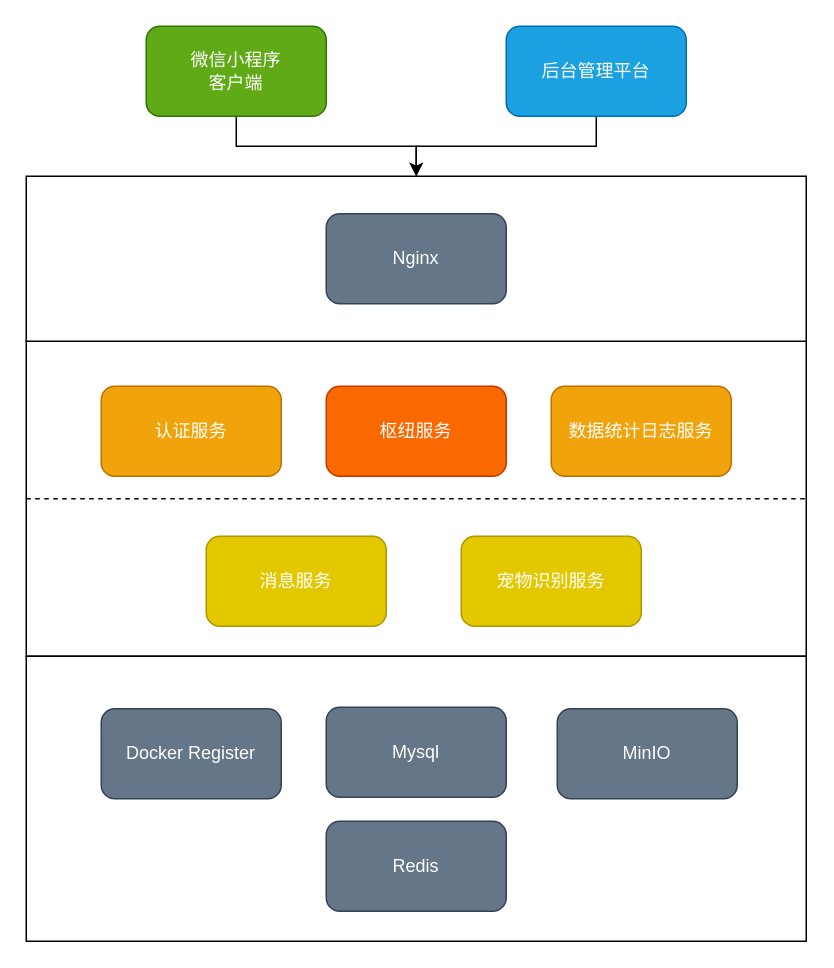
WumaCoder/aidoggo keeps this draw.io diagram as doc/drawio/架构设计.drawio. Above is the earlier version. Source tidied: cells renumbered, new cells numbered last; positions are measured from the earlier drawing's top-left corner, leaving out a move shared by most shapes. Both pictures are drawn from the tidied source at 150%, with x=0, y=0 at pixel (26, 26).
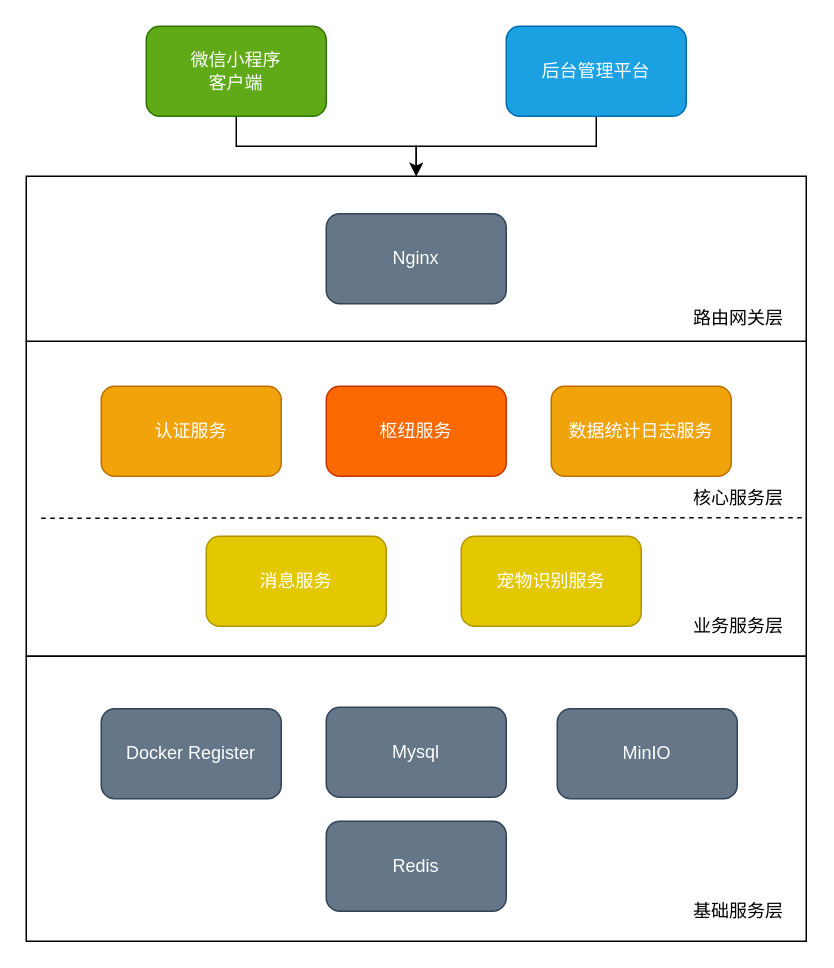
After the change.

Unchanged cells that the change refers to:
```xml
<mxCell id="2" style="rounded=0;whiteSpace=wrap;html=1;" parent="1" vertex="1">
  <mxGeometry y="210" width="520" height="210" as="geometry" />
</mxCell>
```

Change to the diagram source:
```diff
@@
-    <mxCell id="17" style="endArrow=none;html=1;exitX=0;exitY=0.5;exitDx=0;exitDy=0;entryX=1;entryY=0.5;entryDx=0;entryDy=0;dashed=1;" parent="1" edge="1" source="2" target="2">
-      <mxGeometry relative="1" as="geometry" />
+    <mxCell id="17" style="endArrow=none;html=1;entryX=0.999;entryY=0.56;entryDx=0;entryDy=0;dashed=1;entryPerimeter=0;" parent="1" edge="1" target="2">
+      <mxGeometry relative="1" as="geometry">
+        <mxPoint x="10" y="328" as="sourcePoint" />
+      </mxGeometry>
     </mxCell>
@@
+    <mxCell id="20" value="基础服务层" style="text;html=1;strokeColor=none;fillColor=none;align=center;verticalAlign=middle;whiteSpace=wrap;rounded=0;" parent="1" vertex="1">
+      <mxGeometry x="440" y="580" width="70" height="20" as="geometry" />
+    </mxCell>
+    <mxCell id="21" value="业务服务层" style="text;html=1;strokeColor=none;fillColor=none;align=center;verticalAlign=middle;whiteSpace=wrap;rounded=0;" parent="1" vertex="1">
+      <mxGeometry x="440" y="390" width="70" height="20" as="geometry" />
+    </mxCell>
+    <mxCell id="22" value="核心服务层" style="text;html=1;strokeColor=none;fillColor=none;align=center;verticalAlign=middle;whiteSpace=wrap;rounded=0;" parent="1" vertex="1">
+      <mxGeometry x="440" y="305" width="70" height="20" as="geometry" />
+    </mxCell>
+    <mxCell id="23" value="路由网关层" style="text;html=1;strokeColor=none;fillColor=none;align=center;verticalAlign=middle;whiteSpace=wrap;rounded=0;" parent="1" vertex="1">
+      <mxGeometry x="440" y="185" width="70" height="20" as="geometry" />
+    </mxCell>
```
